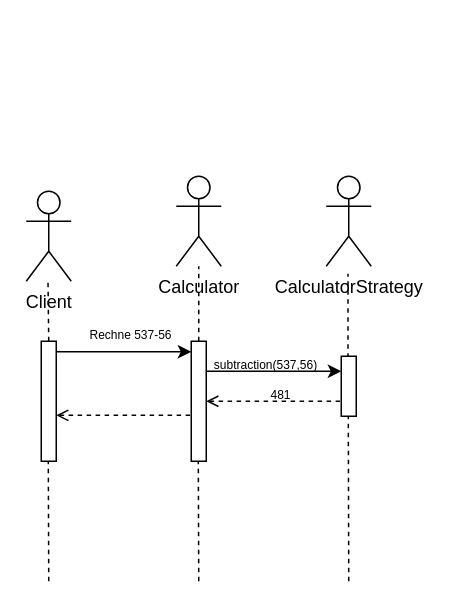
This is page "my-solution" (1 of 2) of 3-Lehrjahr/UML/Sequenzdiagramme/002-taschenrechner.drawio from deanomus/SZUT, a draw.io file, before an edit. Source tidied: cells renumbered, new cells numbered last; positions are measured from the earlier drawing's top-left corner, leaving out a move shared by most shapes. Both pictures are drawn from the tidied source at 150%, with x=0, y=0 at pixel (26, 176).
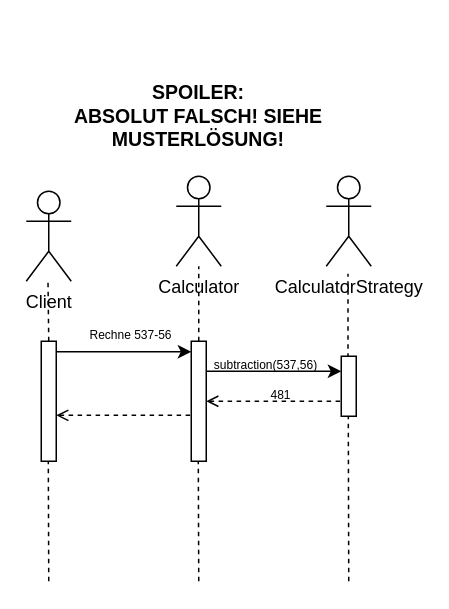
The same page after the edit.

Change to the diagram source:
```diff
@@
+    <mxCell id="21" value="&lt;font style=&quot;font-size: 13px&quot;&gt;&lt;b&gt;SPOILER:&lt;br&gt;ABSOLUT FALSCH! SIEHE MUSTERLÖSUNG!&lt;/b&gt;&lt;/font&gt;" style="text;html=1;strokeColor=none;fillColor=none;align=center;verticalAlign=middle;whiteSpace=wrap;rounded=0;fontSize=8;" parent="1" vertex="1">
+      <mxGeometry x="5" y="-100" width="220" height="120" as="geometry" />
+    </mxCell>
```
